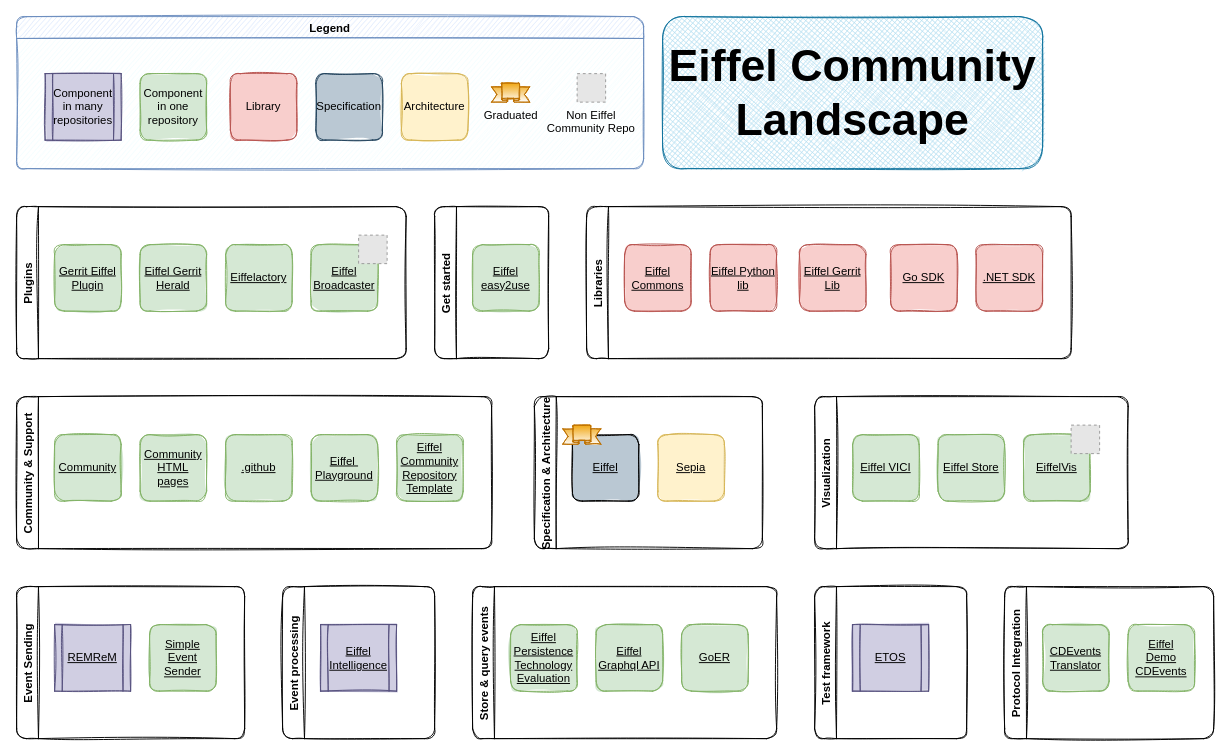
Before: src/landscape.drawio in eiffel-community/eiffel-community.github.io, a draw.io diagram. Source tidied: cells renumbered, new cells numbered last; positions are measured from the earlier drawing's top-left corner, leaving out a move shared by most shapes. Both pictures are drawn from the tidied source at 95%, with x=0, y=0 at pixel (16, 16). Pictures stored in the file or linked from it are replaced by grey dashed boxes.
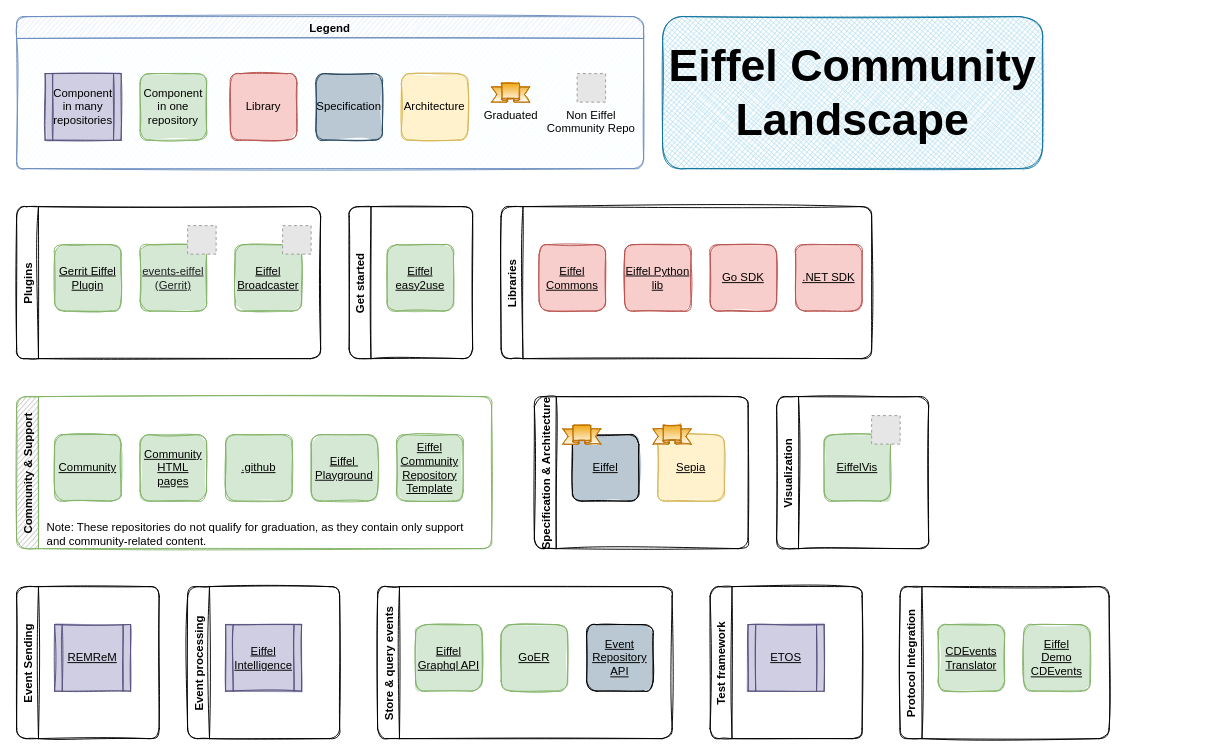
After the change.

Commit message (it also covers changes not shown here):
Removed projects candidate for archiving and added eiffel-events. (#66)

Change to the diagram source:
```diff
@@
+    <mxCell id="50" value="&lt;u&gt;Sepia&lt;/u&gt;" style="whiteSpace=wrap;html=1;sketch=1;rounded=1;fillColor=#fff2cc;strokeColor=#d6b656;fillStyle=solid;" parent="1" vertex="1">
+      <mxGeometry x="675" y="440" width="70" height="70" as="geometry" />
+    </mxCell>
     <mxCell id="2" value="Specification &amp; Architecture" style="swimlane;horizontal=0;rounded=1;sketch=1;" parent="1" vertex="1">
-      <mxGeometry x="545" y="400" width="240" height="160" as="geometry" />
+      <mxGeometry x="545" y="400" width="225" height="160" as="geometry" />
     </mxCell>
@@
+    <mxCell id="54" style="verticalLabelPosition=bottom;verticalAlign=top;html=1;shape=mxgraph.basic.banner;rounded=1;shadow=0;glass=0;sketch=1;fillColor=#f0a30a;strokeColor=#BD7000;fontColor=#000000;gradientColor=#ffffff;" parent="2" vertex="1">
+      <mxGeometry x="125" y="30" width="40" height="20" as="geometry" />
+    </mxCell>
     <mxCell id="5" value="Plugins" style="swimlane;horizontal=0;rounded=1;sketch=1;" parent="1" vertex="1">
-      <mxGeometry y="200" width="410" height="160" as="geometry" />
+      <mxGeometry y="200" width="320" height="160" as="geometry" />
     </mxCell>
@@
-    <mxCell id="7" value="&lt;u&gt;Eiffel Gerrit Herald&lt;/u&gt;" style="whiteSpace=wrap;html=1;sketch=1;rounded=1;fillColor=#d5e8d4;strokeColor=#82b366;fillStyle=solid;" parent="5" vertex="1">
-      <mxGeometry x="130" y="40" width="70" height="70" as="geometry" />
-    </mxCell>
-    <mxCell id="8" value="&lt;u&gt;Eiffelactory&lt;/u&gt;" style="whiteSpace=wrap;html=1;sketch=1;rounded=1;fillColor=#d5e8d4;strokeColor=#82b366;fillStyle=solid;" parent="5" vertex="1">
-      <mxGeometry x="220" y="40" width="70" height="70" as="geometry" />
-    </mxCell>
     <mxCell id="9" value="&lt;u&gt;Eiffel Broadcaster&lt;/u&gt;" style="whiteSpace=wrap;html=1;sketch=1;rounded=1;fillColor=#d5e8d4;strokeColor=#82b366;fillStyle=solid;" parent="5" vertex="1">
-      <mxGeometry x="310" y="40" width="70" height="70" as="geometry" />
+      <mxGeometry x="230" y="40" width="70" height="70" as="geometry" />
     </mxCell>
     <mxCell id="10" style="fillColor=#E6E6E6;strokeColor=#999999;dashed=1;verticalLabelPosition=bottom;verticalAlign=top;fontColor=#007FFF;" parent="5" vertex="1">
-      <mxGeometry x="360" y="30" width="30" height="30" as="geometry" />
+      <mxGeometry x="280" y="20" width="30" height="30" as="geometry" />
     </mxCell>
+    <mxCell id="55" value="&lt;h1 style=&quot;border: 0px; box-sizing: border-box; font-variant-numeric: inherit; font-variant-east-asian: inherit; font-variant-alternates: inherit; font-variant-position: inherit; font-weight: var(--font-weight-h1); font-stretch: inherit; font-size: var(--font-size-h1); line-height: var(--line-height-h1); font-family: var(--header-font-family); font-optical-sizing: inherit; font-kerning: inherit; font-feature-settings: inherit; font-variation-settings: inherit; margin-top: 0px; margin-right: 0px; margin-bottom: var(--spacing-s); margin-left: 0px; padding: 0px; vertical-align: baseline; color: rgb(32, 33, 36);&quot; class=&quot;heading-1&quot; id=&quot;Title&quot;&gt;&lt;u style=&quot;&quot;&gt;events-eiffel (Gerrit)&lt;/u&gt;&lt;/h1&gt;" style="whiteSpace=wrap;html=1;sketch=1;rounded=1;fillColor=#d5e8d4;strokeColor=#82b366;fillStyle=solid;align=center;" parent="5" vertex="1">
+      <mxGeometry x="130" y="40" width="70" height="70" as="geometry" />
+    </mxCell>
+    <mxCell id="56" style="fillColor=#E6E6E6;strokeColor=#999999;dashed=1;verticalLabelPosition=bottom;verticalAlign=top;fontColor=#007FFF;" parent="5" vertex="1">
+      <mxGeometry x="180" y="20" width="30" height="30" as="geometry" />
+    </mxCell>
     <mxCell id="11" value="Store &amp; query events" style="swimlane;horizontal=0;rounded=1;sketch=1;" parent="1" vertex="1">
-      <mxGeometry x="480" y="600" width="320" height="160" as="geometry" />
+      <mxGeometry x="380" y="600" width="310" height="160" as="geometry" />
     </mxCell>
-    <mxCell id="12" value="&lt;u&gt;Eiffel Persistence Technology Evaluation&lt;/u&gt;" style="whiteSpace=wrap;html=1;sketch=1;rounded=1;fillColor=#d5e8d4;strokeColor=#82b366;fillStyle=solid;" parent="11" vertex="1">
-      <mxGeometry x="40" y="40" width="70" height="70" as="geometry" />
-    </mxCell>
     <mxCell id="13" value="&lt;u&gt;Eiffel Graphql API&lt;/u&gt;" style="whiteSpace=wrap;html=1;sketch=1;rounded=1;fillColor=#d5e8d4;strokeColor=#82b366;fillStyle=solid;" parent="11" vertex="1">
-      <mxGeometry x="130" y="40" width="70" height="70" as="geometry" />
+      <mxGeometry x="40" y="40" width="70" height="70" as="geometry" />
     </mxCell>
     <mxCell id="14" value="&lt;u&gt;GoER&lt;/u&gt;" style="whiteSpace=wrap;html=1;sketch=1;rounded=1;fillColor=#d5e8d4;strokeColor=#82b366;fillStyle=solid;" parent="11" vertex="1">
-      <mxGeometry x="220" y="40" width="70" height="70" as="geometry" />
+      <mxGeometry x="130" y="40" width="70" height="70" as="geometry" />
     </mxCell>
+    <mxCell id="57" value="&lt;div&gt;&lt;u&gt;Event Repository API&lt;/u&gt;&lt;/div&gt;" style="whiteSpace=wrap;html=1;sketch=1;rounded=1;fillColor=#bac8d3;shadow=0;glass=0;fillStyle=solid;" parent="11" vertex="1">
+      <mxGeometry x="220" y="40" width="70" height="70" as="geometry" />
+    </mxCell>
     <mxCell id="15" value="Event Sending" style="swimlane;horizontal=0;rounded=1;sketch=1;glass=0;shadow=0;" parent="1" vertex="1">
-      <mxGeometry y="600" width="240" height="160" as="geometry" />
+      <mxGeometry y="600" width="150" height="160" as="geometry" />
     </mxCell>
@@
-    <mxCell id="17" value="&lt;div&gt;&lt;u&gt;Simple Event Sender &lt;/u&gt;&lt;br&gt;&lt;/div&gt;" style="whiteSpace=wrap;html=1;sketch=1;rounded=1;fillColor=#d5e8d4;strokeColor=#82b366;fillStyle=solid;" parent="15" vertex="1">
-      <mxGeometry x="140" y="40" width="70" height="70" as="geometry" />
-    </mxCell>
     <mxCell id="18" value="Get started" style="swimlane;horizontal=0;rounded=1;sketch=1;" parent="1" vertex="1">
-      <mxGeometry x="440" y="200" width="120" height="160" as="geometry" />
+      <mxGeometry x="350" y="200" width="130" height="160" as="geometry" />
     </mxCell>
@@
     <mxCell id="20" value="Visualization" style="swimlane;horizontal=0;rounded=1;sketch=1;" parent="1" vertex="1">
-      <mxGeometry x="840" y="400" width="330" height="160" as="geometry" />
+      <mxGeometry x="800" y="400" width="160" height="160" as="geometry" />
     </mxCell>
-    <mxCell id="21" value="&lt;u&gt;Eiffel VICI&lt;/u&gt;" style="whiteSpace=wrap;html=1;sketch=1;rounded=1;fillColor=#d5e8d4;strokeColor=#82b366;fillStyle=solid;" parent="20" vertex="1">
-      <mxGeometry x="40" y="40" width="70" height="70" as="geometry" />
-    </mxCell>
-    <mxCell id="22" value="&lt;div&gt;&lt;u&gt;Eiffel Store&lt;/u&gt;&lt;/div&gt;" style="whiteSpace=wrap;html=1;sketch=1;rounded=1;fillColor=#d5e8d4;strokeColor=#82b366;fillStyle=solid;" parent="20" vertex="1">
-      <mxGeometry x="130" y="40" width="70" height="70" as="geometry" />
-    </mxCell>
     <mxCell id="23" value="&lt;u&gt;EiffelVis&lt;/u&gt;" style="whiteSpace=wrap;html=1;sketch=1;rounded=1;fillColor=#d5e8d4;strokeColor=#82b366;fillStyle=solid;" parent="20" vertex="1">
-      <mxGeometry x="220" y="40" width="70" height="70" as="geometry" />
+      <mxGeometry x="50" y="40" width="70" height="70" as="geometry" />
     </mxCell>
     <mxCell id="24" style="fillColor=#E6E6E6;strokeColor=#999999;dashed=1;verticalLabelPosition=bottom;verticalAlign=top;fontColor=#007FFF;" parent="20" vertex="1">
-      <mxGeometry x="270" y="30" width="30" height="30" as="geometry" />
+      <mxGeometry x="100" y="20" width="30" height="30" as="geometry" />
     </mxCell>
     <mxCell id="25" value="Event processing" style="swimlane;horizontal=0;rounded=1;sketch=1;" parent="1" vertex="1">
-      <mxGeometry x="280" y="600" width="160" height="160" as="geometry" />
+      <mxGeometry x="180" y="600" width="160" height="160" as="geometry" />
     </mxCell>
@@
     <mxCell id="27" value="Test framework" style="swimlane;horizontal=0;rounded=1;sketch=1;" parent="1" vertex="1">
-      <mxGeometry x="840" y="600" width="160" height="160" as="geometry" />
+      <mxGeometry x="730" y="600" width="160" height="160" as="geometry" />
     </mxCell>
@@
-    <mxCell id="29" value="Community &amp; Support" style="swimlane;horizontal=0;rounded=1;sketch=1;" parent="1" vertex="1">
+    <mxCell id="29" value="Community &amp; Support" style="swimlane;horizontal=0;rounded=1;sketch=1;fillColor=#B3B3B3;strokeColor=#82b366;" parent="1" vertex="1">
       <mxGeometry y="400" width="500" height="160" as="geometry" />
     </mxCell>
@@
+    <mxCell id="58" value="Note: These repositories do not qualify for graduation, as they contain only support and community-related content." style="text;html=1;align=left;verticalAlign=middle;whiteSpace=wrap;rounded=0;" parent="29" vertex="1">
+      <mxGeometry x="30" y="130" width="450" height="30" as="geometry" />
+    </mxCell>
     <mxCell id="35" value="Libraries" style="swimlane;horizontal=0;rounded=1;sketch=1;" parent="1" vertex="1">
-      <mxGeometry x="600" y="200" width="510" height="160" as="geometry" />
+      <mxGeometry x="510" y="200" width="390" height="160" as="geometry" />
     </mxCell>
@@
-    <mxCell id="38" value="&lt;u&gt;Eiffel Gerrit Lib&lt;/u&gt;" style="whiteSpace=wrap;html=1;sketch=1;rounded=1;fillColor=#f8cecc;strokeColor=#b85450;fillStyle=solid;" parent="35" vertex="1">
-      <mxGeometry x="224" y="40" width="70" height="70" as="geometry" />
-    </mxCell>
     <mxCell id="39" value="&lt;u&gt;Go SDK&lt;/u&gt;" style="whiteSpace=wrap;html=1;sketch=1;rounded=1;fillColor=#f8cecc;strokeColor=#b85450;fillStyle=solid;" parent="35" vertex="1">
-      <mxGeometry x="320" y="40" width="70" height="70" as="geometry" />
+      <mxGeometry x="220" y="40" width="70" height="70" as="geometry" />
     </mxCell>
     <mxCell id="40" value="&lt;u&gt;.NET SDK&lt;br&gt;&lt;/u&gt;" style="whiteSpace=wrap;html=1;sketch=1;rounded=1;fillColor=#f8cecc;strokeColor=#b85450;fillStyle=solid;" parent="35" vertex="1">
-      <mxGeometry x="410" y="40" width="70" height="70" as="geometry" />
+      <mxGeometry x="310" y="40" width="70" height="70" as="geometry" />
     </mxCell>
@@
-    <mxCell id="50" value="&lt;u&gt;Sepia&lt;/u&gt;" style="whiteSpace=wrap;html=1;sketch=1;rounded=1;fillColor=#fff2cc;strokeColor=#d6b656;fillStyle=solid;" parent="1" vertex="1">
-      <mxGeometry x="675" y="440" width="70" height="70" as="geometry" />
-    </mxCell>
     <mxCell id="51" value="Protocol Integration" style="swimlane;horizontal=0;rounded=1;sketch=1;" parent="1" vertex="1">
-      <mxGeometry x="1040" y="600" width="220" height="160" as="geometry" />
+      <mxGeometry x="930" y="600" width="220" height="160" as="geometry" />
     </mxCell>
```
